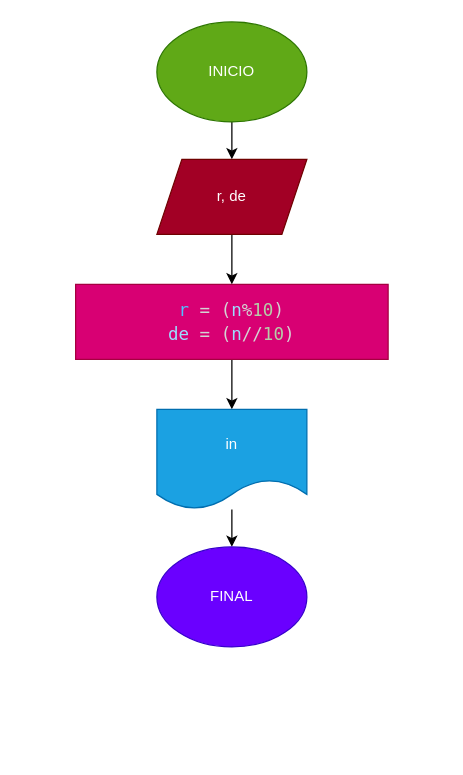
Earlier version of the draw.io diagram diagrama.drawio (AndresFelipeJW/Invertir_numero_4digitos). Source tidied: cells renumbered, new cells numbered last; positions are measured from the earlier drawing's top-left corner, leaving out a move shared by most shapes. Both pictures are drawn from the tidied source at 125%, with x=0, y=0 at pixel (75, 21).
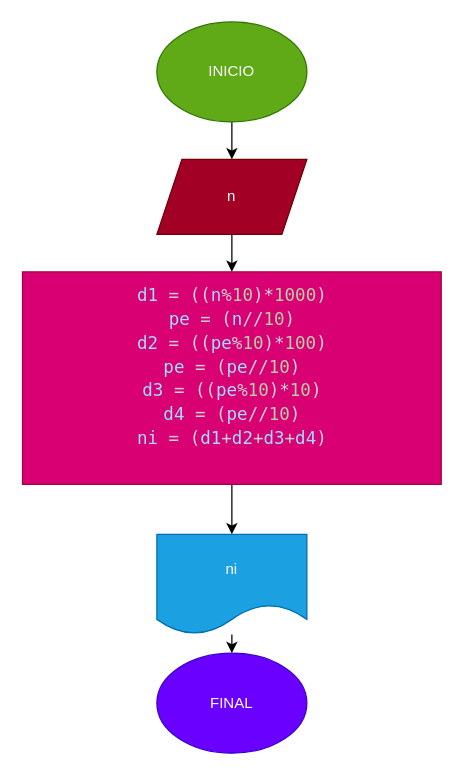
After the change.

Commit message (it also covers changes not shown here):
Se agrego el diagrama de flujo, programa y el README

What changed in the source:
```diff
@@
 <mxGraphModel>
   <root>
     <mxCell id="0" />
     <mxCell id="1" parent="0" />
     <mxCell id="2" style="edgeStyle=none;html=1;" parent="1" edge="1" source="3" target="7">
       <mxGeometry relative="1" as="geometry" />
     </mxCell>
     <mxCell id="3" value="INICIO" style="ellipse;whiteSpace=wrap;html=1;fillColor=#60a917;fontColor=#ffffff;strokeColor=#2D7600;" parent="1" vertex="1">
       <mxGeometry x="65" width="120" height="80" as="geometry" />
     </mxCell>
     <mxCell id="4" style="edgeStyle=none;html=1;" parent="1" edge="1" source="5" target="9">
       <mxGeometry relative="1" as="geometry" />
     </mxCell>
-    <mxCell id="5" value="&lt;div style=&quot;font-family: &amp;quot;Droid Sans Mono&amp;quot;, &amp;quot;monospace&amp;quot;, monospace; font-size: 14px; line-height: 19px;&quot;&gt;&lt;div style=&quot;&quot;&gt;&lt;font color=&quot;#4fc1ff&quot;&gt;r&lt;/font&gt;&lt;font color=&quot;#d4d4d4&quot;&gt; = (&lt;/font&gt;&lt;span style=&quot;color: rgb(156, 220, 254);&quot;&gt;n&lt;/span&gt;&lt;font color=&quot;#d4d4d4&quot;&gt;%&lt;/font&gt;&lt;span style=&quot;color: rgb(181, 206, 168);&quot;&gt;10&lt;/span&gt;&lt;font color=&quot;#d4d4d4&quot;&gt;) &lt;/font&gt;&lt;/div&gt;&lt;div style=&quot;color: rgb(212, 212, 212);&quot;&gt;&lt;span style=&quot;color: rgb(156, 220, 254);&quot;&gt;de&lt;/span&gt; = (&lt;span style=&quot;color: rgb(156, 220, 254);&quot;&gt;n&lt;/span&gt;//&lt;span style=&quot;color: rgb(181, 206, 168);&quot;&gt;10&lt;/span&gt;)&lt;/div&gt;&lt;/div&gt;" style="rounded=0;whiteSpace=wrap;html=1;fillColor=#d80073;fontColor=#ffffff;strokeColor=#A50040;" parent="1" vertex="1">
-      <mxGeometry y="210" width="250" height="60" as="geometry" />
+    <mxCell id="5" value="&lt;div style=&quot;font-family: &amp;quot;Droid Sans Mono&amp;quot;, &amp;quot;monospace&amp;quot;, monospace; font-size: 14px; line-height: 19px;&quot;&gt;&lt;div style=&quot;&quot;&gt;&lt;div style=&quot;color: rgb(212, 212, 212); line-height: 19px;&quot;&gt;&lt;div style=&quot;&quot;&gt;&lt;span style=&quot;color: rgb(156, 220, 254);&quot;&gt;d1&lt;/span&gt; = ((&lt;span style=&quot;color: rgb(156, 220, 254);&quot;&gt;n&lt;/span&gt;%&lt;span style=&quot;color: rgb(181, 206, 168);&quot;&gt;10&lt;/span&gt;)*&lt;span style=&quot;color: rgb(181, 206, 168);&quot;&gt;1000&lt;/span&gt;)&lt;/div&gt;&lt;div style=&quot;&quot;&gt;&lt;span style=&quot;color: #9cdcfe;&quot;&gt;pe&lt;/span&gt; = (&lt;span style=&quot;color: #9cdcfe;&quot;&gt;n&lt;/span&gt;//&lt;span style=&quot;color: #b5cea8;&quot;&gt;10&lt;/span&gt;)&lt;/div&gt;&lt;div style=&quot;&quot;&gt;&lt;span style=&quot;color: #9cdcfe;&quot;&gt;d2&lt;/span&gt; = ((&lt;span style=&quot;color: #9cdcfe;&quot;&gt;pe&lt;/span&gt;%&lt;span style=&quot;color: #b5cea8;&quot;&gt;10&lt;/span&gt;)*&lt;span style=&quot;color: #b5cea8;&quot;&gt;100&lt;/span&gt;)&lt;/div&gt;&lt;div style=&quot;&quot;&gt;&lt;span style=&quot;color: #9cdcfe;&quot;&gt;pe&lt;/span&gt; = (&lt;span style=&quot;color: #9cdcfe;&quot;&gt;pe&lt;/span&gt;//&lt;span style=&quot;color: #b5cea8;&quot;&gt;10&lt;/span&gt;)&lt;/div&gt;&lt;div style=&quot;&quot;&gt;&lt;span style=&quot;color: #9cdcfe;&quot;&gt;d3&lt;/span&gt; = ((&lt;span style=&quot;color: #9cdcfe;&quot;&gt;pe&lt;/span&gt;%&lt;span style=&quot;color: #b5cea8;&quot;&gt;10&lt;/span&gt;)*&lt;span style=&quot;color: #b5cea8;&quot;&gt;10&lt;/span&gt;)&lt;/div&gt;&lt;div style=&quot;&quot;&gt;&lt;span style=&quot;color: #9cdcfe;&quot;&gt;d4&lt;/span&gt; = (&lt;span style=&quot;color: #9cdcfe;&quot;&gt;pe&lt;/span&gt;//&lt;span style=&quot;color: #b5cea8;&quot;&gt;10&lt;/span&gt;)&lt;/div&gt;&lt;div style=&quot;&quot;&gt;&lt;span style=&quot;color: #9cdcfe;&quot;&gt;ni&lt;/span&gt; = (&lt;span style=&quot;color: #9cdcfe;&quot;&gt;d1&lt;/span&gt;+&lt;span style=&quot;color: #9cdcfe;&quot;&gt;d2&lt;/span&gt;+&lt;span style=&quot;color: #9cdcfe;&quot;&gt;d3&lt;/span&gt;+&lt;span style=&quot;color: #9cdcfe;&quot;&gt;d4&lt;/span&gt;)&lt;/div&gt;&lt;br&gt;&lt;/div&gt;&lt;/div&gt;&lt;/div&gt;" style="rounded=0;whiteSpace=wrap;html=1;fillColor=#d80073;fontColor=#ffffff;strokeColor=#A50040;" parent="1" vertex="1">
+      <mxGeometry x="-42.5" y="200" width="335" height="170" as="geometry" />
     </mxCell>
     <mxCell id="6" style="edgeStyle=none;html=1;" parent="1" edge="1" source="7" target="5">
       <mxGeometry relative="1" as="geometry" />
     </mxCell>
-    <mxCell id="7" value="r, de" style="shape=parallelogram;perimeter=parallelogramPerimeter;whiteSpace=wrap;html=1;fixedSize=1;fillColor=#a20025;fontColor=#ffffff;strokeColor=#6F0000;" parent="1" vertex="1">
+    <mxCell id="7" value="n" style="shape=parallelogram;perimeter=parallelogramPerimeter;whiteSpace=wrap;html=1;fixedSize=1;fillColor=#a20025;fontColor=#ffffff;strokeColor=#6F0000;" parent="1" vertex="1">
       <mxGeometry x="65" y="110" width="120" height="60" as="geometry" />
     </mxCell>
     <mxCell id="8" style="edgeStyle=none;html=1;" parent="1" edge="1" source="9" target="10">
       <mxGeometry relative="1" as="geometry" />
     </mxCell>
-    <mxCell id="9" value="in" style="shape=document;whiteSpace=wrap;html=1;boundedLbl=1;fillColor=#1ba1e2;fontColor=#ffffff;strokeColor=#006EAF;" parent="1" vertex="1">
-      <mxGeometry x="65" y="310" width="120" height="80" as="geometry" />
+    <mxCell id="9" value="ni" style="shape=document;whiteSpace=wrap;html=1;boundedLbl=1;fillColor=#1ba1e2;fontColor=#ffffff;strokeColor=#006EAF;" parent="1" vertex="1">
+      <mxGeometry x="65" y="410" width="120" height="80" as="geometry" />
     </mxCell>
     <mxCell id="10" value="FINAL" style="ellipse;whiteSpace=wrap;html=1;fillColor=#6a00ff;fontColor=#ffffff;strokeColor=#3700CC;" parent="1" vertex="1">
-      <mxGeometry x="65" y="420" width="120" height="80" as="geometry" />
+      <mxGeometry x="65" y="505" width="120" height="80" as="geometry" />
     </mxCell>
   </root>
 </mxGraphModel>
```
